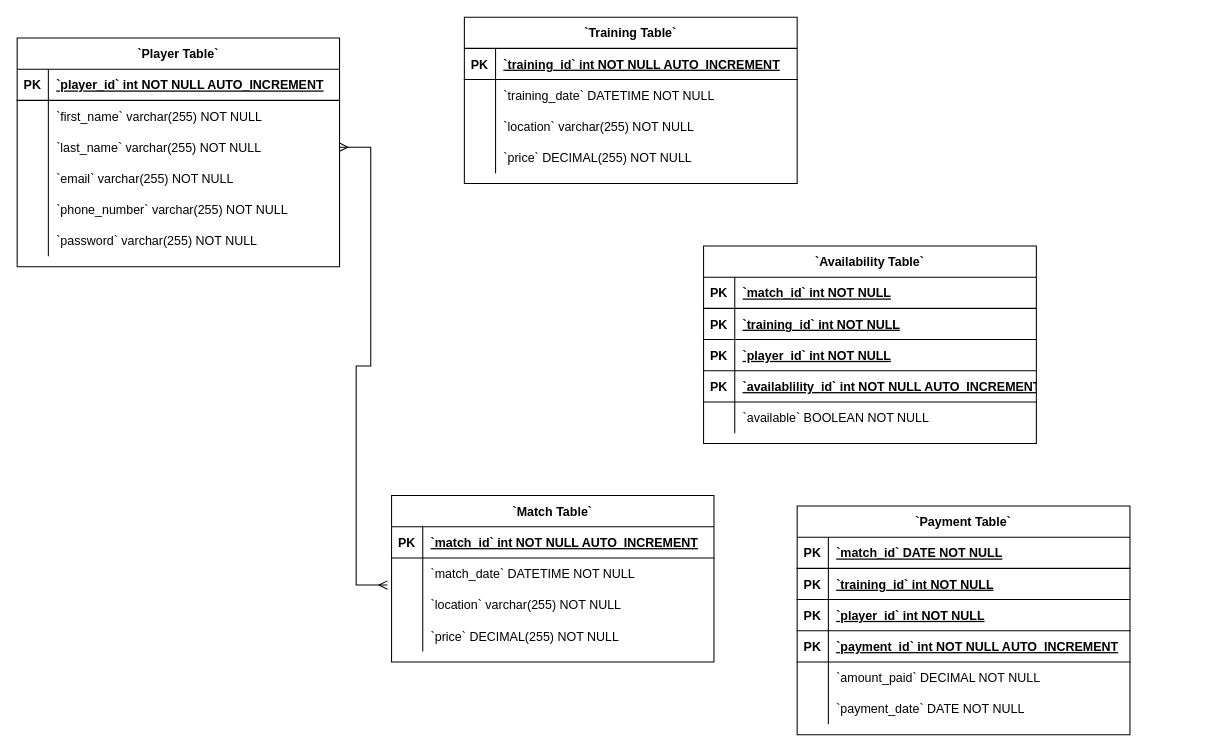
grahamjones97/coursework2 keeps this draw.io diagram as Untitled Diagram.drawio. Above is the earlier version. Source tidied: cells renumbered, new cells numbered last; positions are measured from the earlier drawing's top-left corner, leaving out a move shared by most shapes. Both pictures are drawn from the tidied source at 104%, with x=0, y=0 at pixel (17, 17).
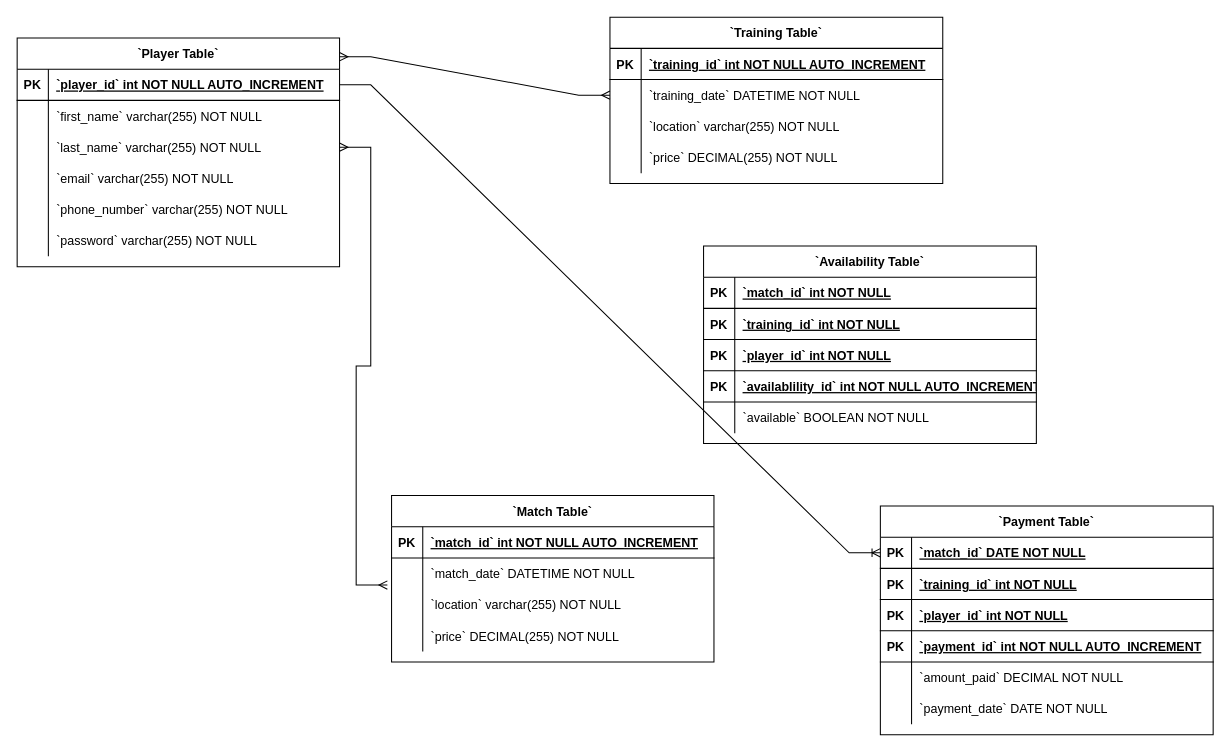
The same page after the edit.

The change refers to these unchanged cells:
```xml
<mxCell id="6" style="shape=tableRow;horizontal=0;startSize=0;swimlaneHead=0;swimlaneBody=0;fillColor=none;points=[[0,0.5],[1,0.5]];portConstraint=eastwest;top=0;left=0;right=0;bottom=0;" parent="2" vertex="1">
  <mxGeometry y="60" width="320" height="30" as="geometry" />
</mxCell>
<mxCell id="28" value="`Player Table`" style="shape=table;startSize=30;childLayout=tableLayout;rowLines=0;fontStyle=1;align=center;" parent="1" vertex="1">
  <mxGeometry y="20" width="310" height="220" as="geometry" />
</mxCell>
<mxCell id="29" style="shape=tableRow;horizontal=0;startSize=0;swimlaneHead=0;swimlaneBody=0;fillColor=none;points=[[0,0.5],[1,0.5]];portConstraint=eastwest;top=0;left=0;right=0;bottom=1;" parent="28" vertex="1">
  <mxGeometry y="30" width="310" height="30" as="geometry" />
</mxCell>
<mxCell id="48" style="shape=tableRow;horizontal=0;startSize=0;swimlaneHead=0;swimlaneBody=0;fillColor=none;points=[[0,0.5],[1,0.5]];portConstraint=eastwest;top=0;left=0;right=0;bottom=1;" parent="47" vertex="1">
  <mxGeometry y="30" width="320" height="30" as="geometry" />
</mxCell>
```

The edit, as a diff of the source:
```diff
@@
     <mxCell id="2" value="`Training Table`" style="shape=table;startSize=30;childLayout=tableLayout;rowLines=0;fontStyle=1;align=center;" parent="1" vertex="1">
-      <mxGeometry x="430" width="320" height="160" as="geometry" />
+      <mxGeometry x="570" width="320" height="160" as="geometry" />
     </mxCell>
@@
     <mxCell id="47" value="`Payment Table`" style="shape=table;startSize=30;childLayout=tableLayout;rowLines=0;fontStyle=1;align=center;" parent="1" vertex="1">
-      <mxGeometry x="750" y="470" width="320" height="220" as="geometry" />
+      <mxGeometry x="830" y="470" width="320" height="220" as="geometry" />
     </mxCell>
@@
+    <mxCell id="83" style="edgeStyle=entityRelationEdgeStyle;fontSize=12;html=1;endArrow=ERmany;startArrow=ERmany;rounded=0;entryX=0;entryY=0.5;entryDx=0;entryDy=0;exitX=1;exitY=0.082;exitDx=0;exitDy=0;exitPerimeter=0;" parent="1" edge="1" source="28" target="6">
+      <mxGeometry relative="1" as="geometry" />
+    </mxCell>
+    <mxCell id="84" style="edgeStyle=entityRelationEdgeStyle;fontSize=12;html=1;endArrow=ERoneToMany;rounded=0;exitX=1;exitY=0.5;exitDx=0;exitDy=0;entryX=0;entryY=0.5;entryDx=0;entryDy=0;" parent="1" edge="1" source="29" target="48">
+      <mxGeometry relative="1" as="geometry" />
+    </mxCell>
```
